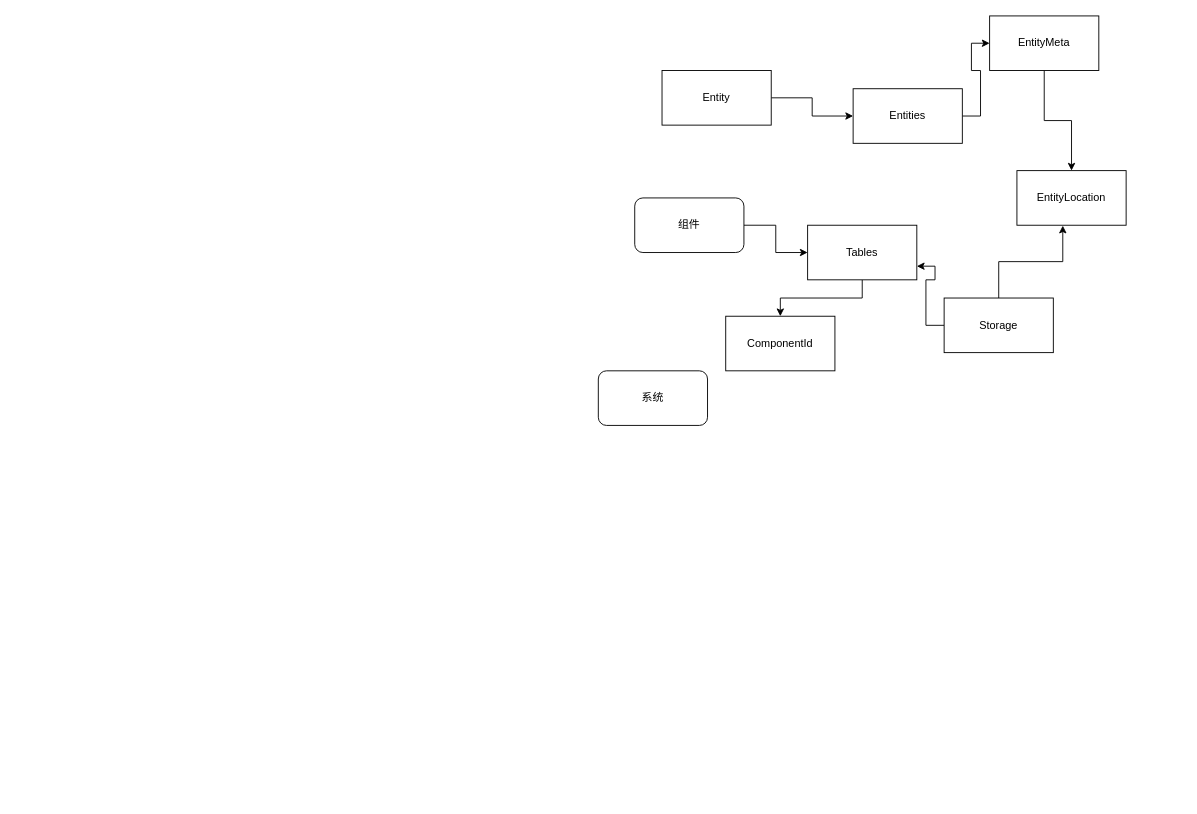
This is apps/drawios/bevy.ecs.drawio from zuiyu1998/project_book, a draw.io file, before an edit. Source tidied: cells renumbered, new cells numbered last; positions are measured from the earlier drawing's top-left corner, leaving out a move shared by most shapes. Both pictures are drawn from the tidied source at 91%, with x=0, y=0 at pixel (598, 15).
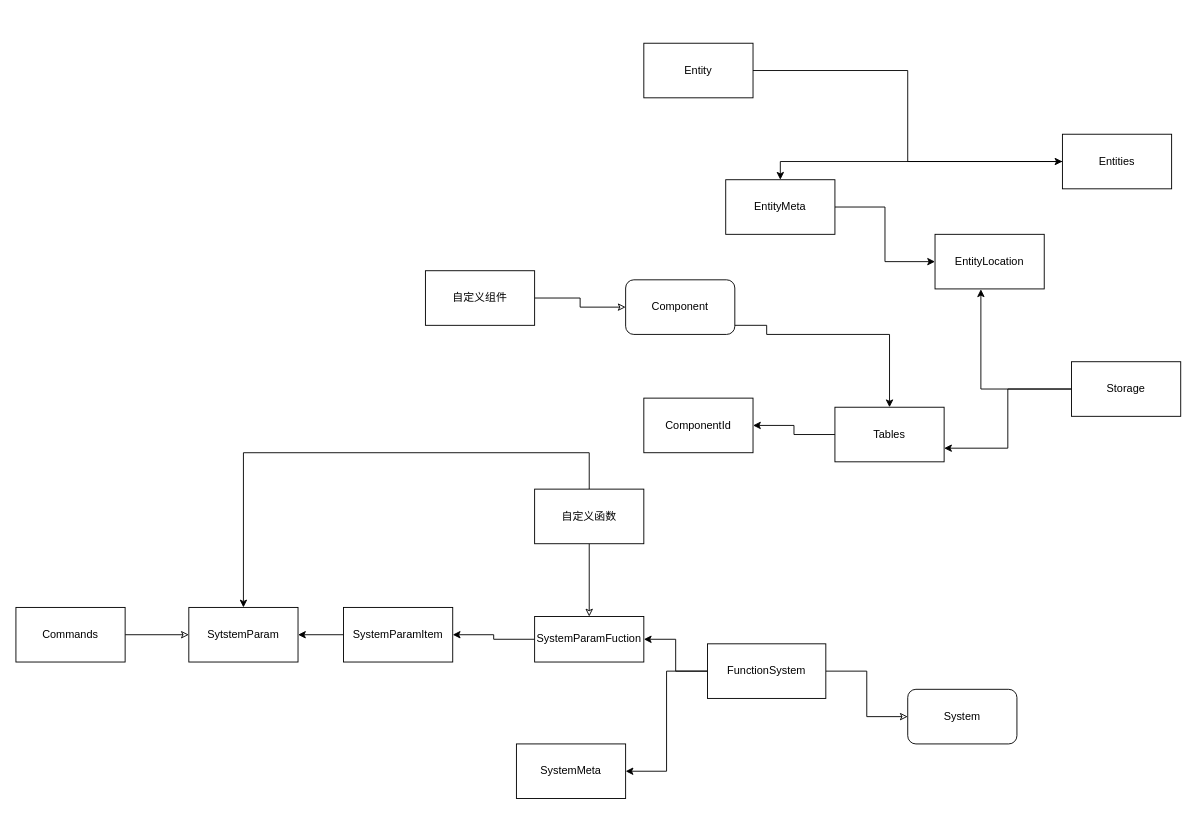
After the change.

Change to the diagram source:
```diff
@@
     <mxCell id="3" value="Entity" style="rounded=0;whiteSpace=wrap;html=1;" parent="1" vertex="1">
-      <mxGeometry x="70" y="60" width="120" height="60" as="geometry" />
+      <mxGeometry x="50" y="30" width="120" height="60" as="geometry" />
     </mxCell>
     <mxCell id="4" style="edgeStyle=orthogonalEdgeStyle;rounded=0;jettySize=auto;html=1;" parent="1" edge="1" source="5" target="16">
-      <mxGeometry relative="1" as="geometry" />
+      <mxGeometry relative="1" as="geometry">
+        <Array as="points">
+          <mxPoint x="185" y="340" />
+          <mxPoint x="185" y="350" />
+        </Array>
+      </mxGeometry>
     </mxCell>
-    <mxCell id="5" value="组件" style="rounded=1;whiteSpace=wrap;html=1;" parent="1" vertex="1">
-      <mxGeometry x="40" y="200" width="120" height="60" as="geometry" />
+    <mxCell id="5" value="Component" style="rounded=1;whiteSpace=wrap;html=1;" parent="1" vertex="1">
+      <mxGeometry x="30" y="290" width="120" height="60" as="geometry" />
     </mxCell>
-    <mxCell id="6" value="系统" style="rounded=1;whiteSpace=wrap;html=1;" parent="1" vertex="1">
-      <mxGeometry y="390" width="120" height="60" as="geometry" />
+    <mxCell id="6" value="System" style="rounded=1;whiteSpace=wrap;html=1;" parent="1" vertex="1">
+      <mxGeometry x="340" y="740" width="120" height="60" as="geometry" />
     </mxCell>
-    <mxCell id="7" style="edgeStyle=orthogonalEdgeStyle;rounded=0;jettySize=auto;html=1;entryX=0;entryY=0.5;entryDx=0;entryDy=0;" parent="1" edge="1" source="8" target="10">
+    <mxCell id="7" style="edgeStyle=orthogonalEdgeStyle;rounded=0;jettySize=auto;html=1;entryX=0.5;entryY=0;entryDx=0;entryDy=0;endArrow=classic;endFill=1;" parent="1" edge="1" source="8" target="10">
       <mxGeometry relative="1" as="geometry" />
     </mxCell>
     <mxCell id="8" value="Entities" style="rounded=0;whiteSpace=wrap;html=1;" parent="1" vertex="1">
-      <mxGeometry x="280" y="80" width="120" height="60" as="geometry" />
+      <mxGeometry x="510" y="130" width="120" height="60" as="geometry" />
     </mxCell>
@@
     <mxCell id="10" value="EntityMeta" style="rounded=0;whiteSpace=wrap;html=1;" parent="1" vertex="1">
-      <mxGeometry x="430" width="120" height="60" as="geometry" />
+      <mxGeometry x="140" y="180" width="120" height="60" as="geometry" />
     </mxCell>
     <mxCell id="11" value="EntityLocation" style="rounded=0;whiteSpace=wrap;html=1;" parent="1" vertex="1">
-      <mxGeometry x="460" y="170" width="120" height="60" as="geometry" />
+      <mxGeometry x="370" y="240" width="120" height="60" as="geometry" />
     </mxCell>
@@
     <mxCell id="14" value="Storage" style="rounded=0;whiteSpace=wrap;html=1;" parent="1" vertex="1">
-      <mxGeometry x="380" y="310" width="120" height="60" as="geometry" />
+      <mxGeometry x="520" y="380" width="120" height="60" as="geometry" />
     </mxCell>
@@
     <mxCell id="16" value="Tables" style="rounded=0;whiteSpace=wrap;html=1;" parent="1" vertex="1">
-      <mxGeometry x="230" y="230" width="120" height="60" as="geometry" />
+      <mxGeometry x="260" y="430" width="120" height="60" as="geometry" />
     </mxCell>
     <mxCell id="17" value="ComponentId" style="rounded=0;whiteSpace=wrap;html=1;" parent="1" vertex="1">
-      <mxGeometry x="140" y="330" width="120" height="60" as="geometry" />
+      <mxGeometry x="50" y="420" width="120" height="60" as="geometry" />
     </mxCell>
+    <mxCell id="18" style="edgeStyle=orthogonalEdgeStyle;rounded=0;jettySize=auto;html=1;entryX=0;entryY=0.5;entryDx=0;entryDy=0;endArrow=classic;endFill=0;" parent="1" edge="1" source="21" target="6">
+      <mxGeometry relative="1" as="geometry" />
+    </mxCell>
+    <mxCell id="19" style="edgeStyle=orthogonalEdgeStyle;rounded=0;jettySize=auto;html=1;entryX=1;entryY=0.5;entryDx=0;entryDy=0;endArrow=classic;endFill=1;" parent="1" edge="1" source="21" target="24">
+      <mxGeometry relative="1" as="geometry" />
+    </mxCell>
+    <mxCell id="20" style="edgeStyle=orthogonalEdgeStyle;rounded=0;jettySize=auto;html=1;entryX=1;entryY=0.5;entryDx=0;entryDy=0;endArrow=classic;endFill=1;" parent="1" edge="1" source="21" target="22">
+      <mxGeometry relative="1" as="geometry" />
+    </mxCell>
+    <mxCell id="21" value="FunctionSystem" style="rounded=0;whiteSpace=wrap;html=1;" parent="1" vertex="1">
+      <mxGeometry x="120" y="690" width="130" height="60" as="geometry" />
+    </mxCell>
+    <mxCell id="22" value="SystemMeta" style="rounded=0;whiteSpace=wrap;html=1;" parent="1" vertex="1">
+      <mxGeometry x="-90" y="800" width="120" height="60" as="geometry" />
+    </mxCell>
+    <mxCell id="23" style="edgeStyle=orthogonalEdgeStyle;rounded=0;jettySize=auto;html=1;entryX=1;entryY=0.5;entryDx=0;entryDy=0;endArrow=classic;endFill=1;" parent="1" edge="1" source="24" target="26">
+      <mxGeometry relative="1" as="geometry" />
+    </mxCell>
+    <mxCell id="24" value="SystemParamFuction" style="rounded=0;whiteSpace=wrap;html=1;" parent="1" vertex="1">
+      <mxGeometry x="-70" y="660" width="120" height="50" as="geometry" />
+    </mxCell>
+    <mxCell id="25" style="edgeStyle=orthogonalEdgeStyle;rounded=0;jettySize=auto;html=1;entryX=1;entryY=0.5;entryDx=0;entryDy=0;endArrow=classic;endFill=1;" parent="1" edge="1" source="26" target="27">
+      <mxGeometry relative="1" as="geometry" />
+    </mxCell>
+    <mxCell id="26" value="SystemParamItem" style="rounded=0;whiteSpace=wrap;html=1;" parent="1" vertex="1">
+      <mxGeometry x="-280" y="650" width="120" height="60" as="geometry" />
+    </mxCell>
+    <mxCell id="27" value="SytstemParam" style="rounded=0;whiteSpace=wrap;html=1;" parent="1" vertex="1">
+      <mxGeometry x="-450" y="650" width="120" height="60" as="geometry" />
+    </mxCell>
+    <mxCell id="28" style="edgeStyle=orthogonalEdgeStyle;rounded=0;jettySize=auto;html=1;exitX=1;exitY=0.5;exitDx=0;exitDy=0;entryX=0;entryY=0.5;entryDx=0;entryDy=0;endArrow=classic;endFill=0;" parent="1" edge="1" source="29" target="27">
+      <mxGeometry relative="1" as="geometry" />
+    </mxCell>
+    <mxCell id="29" value="Commands" style="rounded=0;whiteSpace=wrap;html=1;" parent="1" vertex="1">
+      <mxGeometry x="-640" y="650" width="120" height="60" as="geometry" />
+    </mxCell>
+    <mxCell id="30" style="edgeStyle=orthogonalEdgeStyle;rounded=0;jettySize=auto;html=1;entryX=0.5;entryY=0;entryDx=0;entryDy=0;endArrow=classic;endFill=0;" parent="1" edge="1" source="32" target="24">
+      <mxGeometry relative="1" as="geometry" />
+    </mxCell>
+    <mxCell id="31" style="edgeStyle=orthogonalEdgeStyle;rounded=0;jettySize=auto;html=1;endArrow=classic;endFill=1;entryX=0.5;entryY=0;entryDx=0;entryDy=0;" parent="1" edge="1" source="32" target="27">
+      <mxGeometry relative="1" as="geometry">
+        <Array as="points">
+          <mxPoint x="-10" y="480" />
+          <mxPoint x="-390" y="480" />
+        </Array>
+      </mxGeometry>
+    </mxCell>
+    <mxCell id="32" value="自定义函数" style="rounded=0;whiteSpace=wrap;html=1;" parent="1" vertex="1">
+      <mxGeometry x="-70" y="520" width="120" height="60" as="geometry" />
+    </mxCell>
+    <mxCell id="33" style="edgeStyle=orthogonalEdgeStyle;rounded=0;jettySize=auto;html=1;entryX=0;entryY=0.5;entryDx=0;entryDy=0;endArrow=classic;endFill=0;" parent="1" edge="1" source="34" target="5">
+      <mxGeometry relative="1" as="geometry" />
+    </mxCell>
+    <mxCell id="34" value="自定义组件" style="rounded=0;whiteSpace=wrap;html=1;" parent="1" vertex="1">
+      <mxGeometry x="-190" y="280" width="120" height="60" as="geometry" />
+    </mxCell>
```
